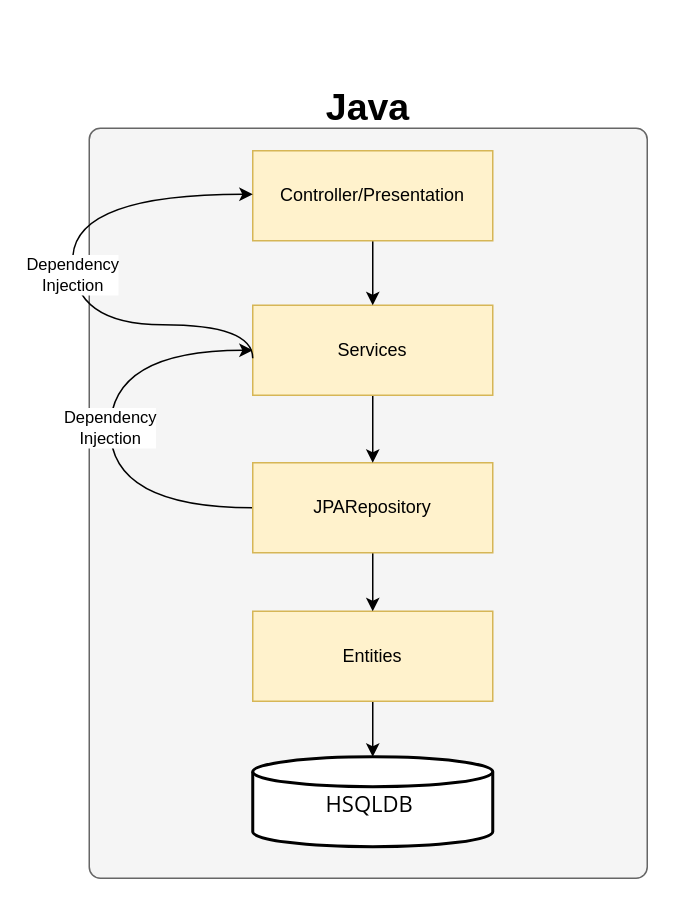
Earlier version of the draw.io diagram page "Full Stack Application" (6 of 7) of Drawing.drawio (zcomert/java-mysql-react-full-stack-employee-spa). Source tidied: cells renumbered, new cells numbered last; positions are measured from the earlier drawing's top-left corner, leaving out a move shared by most shapes. Both pictures are drawn from the tidied source at 150%, with x=0, y=0 at pixel (72, 82). Pictures stored in the file or linked from it are replaced by grey dashed boxes.
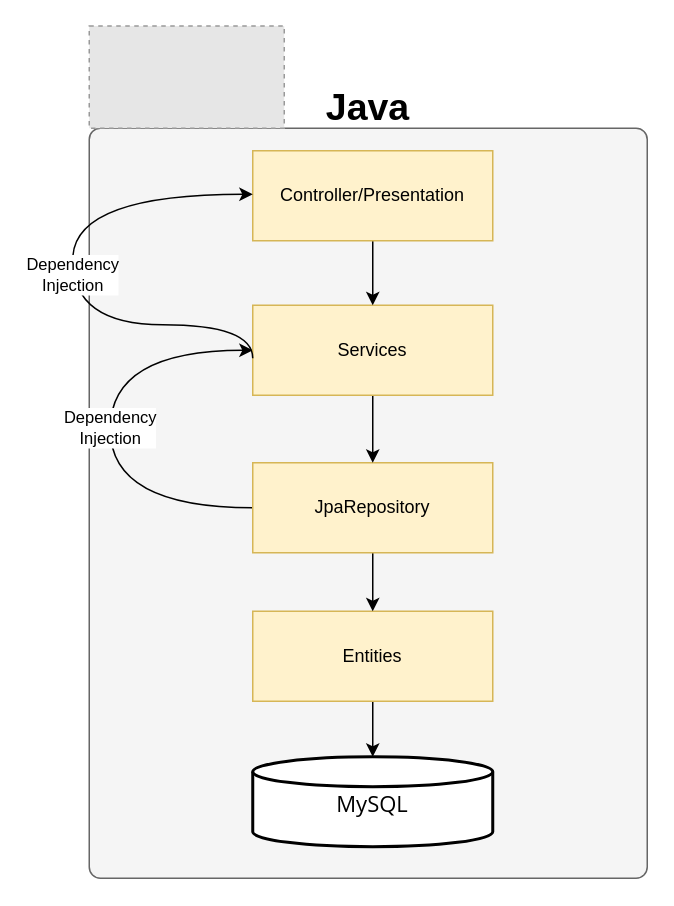
The same diagram, later.

What changed in the source:
```diff
@@
 <mxGraphModel>
   <root>
     <mxCell id="0" />
     <mxCell id="1" parent="0" />
     <mxCell id="2" style="rounded=1;whiteSpace=wrap;html=1;arcSize=2;fillColor=#f5f5f5;strokeColor=#666666;fontColor=#333333;" parent="1" vertex="1">
       <mxGeometry x="11" y="30" width="372" height="500" as="geometry" />
     </mxCell>
     <mxCell id="3" value="Java" style="text;html=1;strokeColor=none;fillColor=none;align=center;verticalAlign=middle;whiteSpace=wrap;rounded=0;fontSize=25;fontStyle=1;" parent="1" vertex="1">
       <mxGeometry x="13" width="368" height="30" as="geometry" />
     </mxCell>
-    <mxCell id="4" value="&lt;span style=&quot;font-size: 11.0pt ; line-height: 150% ; font-family: &amp;#34;segoe ui&amp;#34; , sans-serif&quot;&gt;HSQLDB&amp;nbsp;&lt;/span&gt;" style="strokeWidth=2;html=1;shape=mxgraph.flowchart.database;whiteSpace=wrap;" parent="1" vertex="1">
+    <mxCell id="4" value="&lt;span style=&quot;font-size: 11.0pt ; line-height: 150% ; font-family: &amp;#34;segoe ui&amp;#34; , sans-serif&quot;&gt;MySQL&lt;/span&gt;" style="strokeWidth=2;html=1;shape=mxgraph.flowchart.database;whiteSpace=wrap;" parent="1" vertex="1">
       <mxGeometry x="120" y="449" width="160" height="60" as="geometry" />
     </mxCell>
     <mxCell id="5" style="rounded=0;jettySize=auto;html=1;entryX=0.5;entryY=0;entryDx=0;entryDy=0;entryPerimeter=0;strokeWidth=1;" parent="1" edge="1" source="6" target="4">
       <mxGeometry relative="1" as="geometry" />
     </mxCell>
     <mxCell id="6" value="Entities" style="rounded=0;whiteSpace=wrap;html=1;fillColor=#fff2cc;strokeColor=#d6b656;" parent="1" vertex="1">
       <mxGeometry x="120" y="352" width="160" height="60" as="geometry" />
     </mxCell>
     <mxCell id="7" style="edgeStyle=none;rounded=0;jettySize=auto;html=1;strokeWidth=1;" parent="1" edge="1" source="9" target="6">
       <mxGeometry relative="1" as="geometry" />
     </mxCell>
     <mxCell id="8" value="Dependency&lt;br&gt;Injection" style="edgeStyle=orthogonalEdgeStyle;rounded=0;jettySize=auto;html=1;entryX=0;entryY=0.5;entryDx=0;entryDy=0;strokeWidth=1;curved=1;" parent="1" edge="1" source="9" target="11">
       <mxGeometry relative="1" as="geometry">
         <Array as="points">
           <mxPoint x="25" y="283" />
           <mxPoint x="25" y="178" />
         </Array>
       </mxGeometry>
     </mxCell>
-    <mxCell id="9" value="JPARepository" style="rounded=0;whiteSpace=wrap;html=1;fillColor=#fff2cc;strokeColor=#d6b656;" parent="1" vertex="1">
+    <mxCell id="9" value="JpaRepository" style="rounded=0;whiteSpace=wrap;html=1;fillColor=#fff2cc;strokeColor=#d6b656;" parent="1" vertex="1">
       <mxGeometry x="120" y="253" width="160" height="60" as="geometry" />
     </mxCell>
     <mxCell id="10" style="edgeStyle=none;rounded=0;jettySize=auto;html=1;entryX=0.5;entryY=0;entryDx=0;entryDy=0;strokeWidth=1;" parent="1" edge="1" source="11" target="9">
       <mxGeometry relative="1" as="geometry" />
     </mxCell>
     <mxCell id="11" value="Services" style="rounded=0;whiteSpace=wrap;html=1;fillColor=#fff2cc;strokeColor=#d6b656;" parent="1" vertex="1">
       <mxGeometry x="120" y="148" width="160" height="60" as="geometry" />
     </mxCell>
     <mxCell id="12" style="edgeStyle=orthogonalEdgeStyle;curved=1;rounded=0;jettySize=auto;html=1;entryX=0.5;entryY=0;entryDx=0;entryDy=0;strokeWidth=1;" parent="1" edge="1" source="13" target="11">
       <mxGeometry relative="1" as="geometry" />
     </mxCell>
     <mxCell id="13" value="Controller/Presentation" style="rounded=0;whiteSpace=wrap;html=1;fillColor=#fff2cc;strokeColor=#d6b656;" parent="1" vertex="1">
       <mxGeometry x="120" y="45" width="160" height="60" as="geometry" />
     </mxCell>
     <mxCell id="14" value="Dependency&lt;br&gt;Injection" style="edgeStyle=orthogonalEdgeStyle;rounded=0;jettySize=auto;html=1;strokeWidth=1;curved=1;exitX=0;exitY=0.589;exitDx=0;exitDy=0;exitPerimeter=0;" parent="1" edge="1" source="11" target="13">
       <mxGeometry relative="1" as="geometry">
         <Array as="points">
           <mxPoint x="120" y="161" />
           <mxPoint y="161" />
           <mxPoint y="74" />
         </Array>
       </mxGeometry>
     </mxCell>
+    <mxCell id="15" style="fillColor=#E6E6E6;strokeColor=#999999;dashed=1;verticalLabelPosition=bottom;labelBackgroundColor=#ffffff;verticalAlign=top;" parent="1" vertex="1">
+      <mxGeometry x="11" y="-38.2" width="130" height="68.2" as="geometry" />
+    </mxCell>
   </root>
 </mxGraphModel>
```
